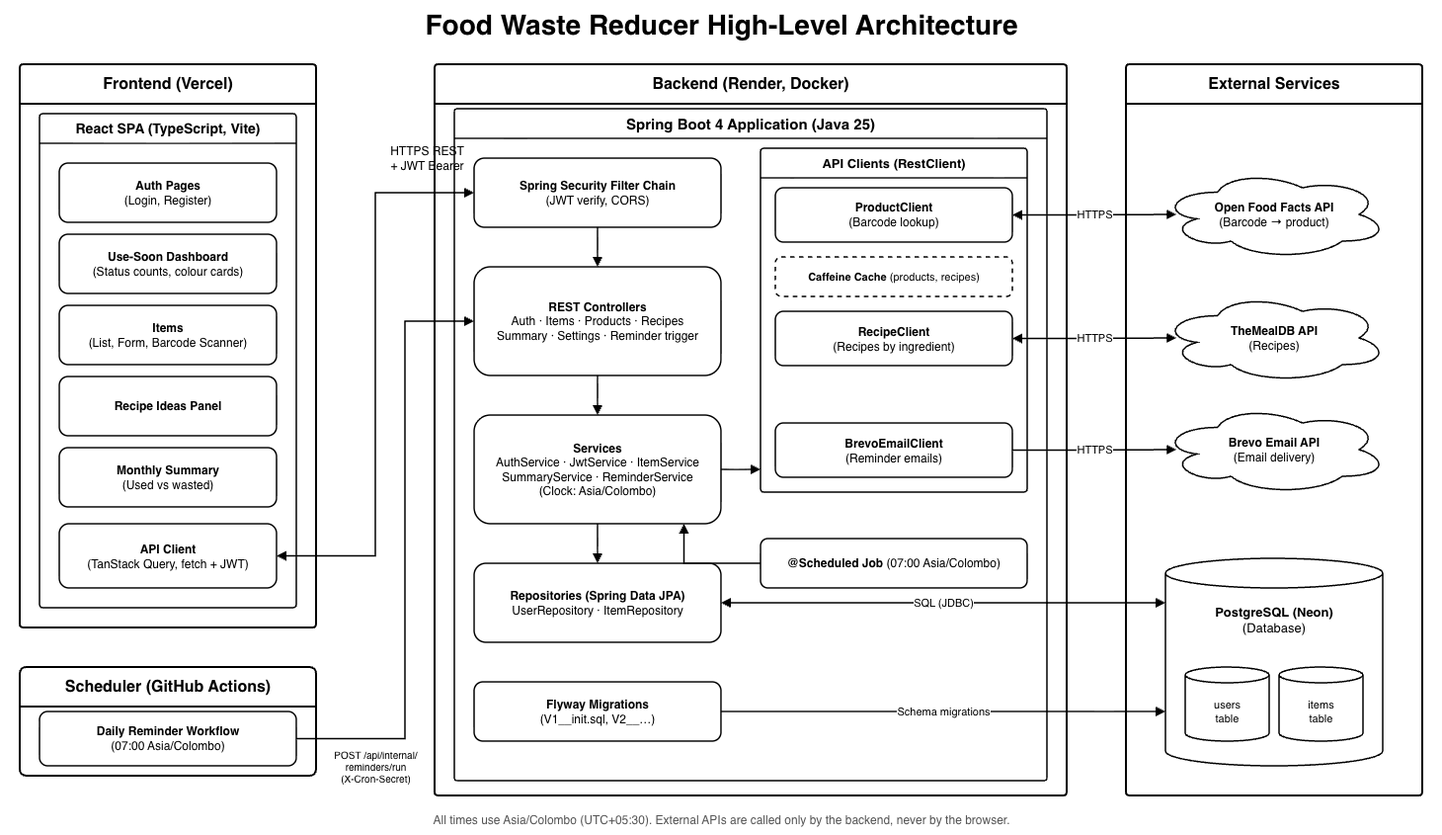
Before: docs/architecture-food-waste-reducer.png, a diagram exported from draw.io (vidurukalpana/food-waste-reducer). Source tidied: cells renumbered, new cells last; positions are measured from the earlier drawing's top-left corner, leaving out a move shared by most shapes.
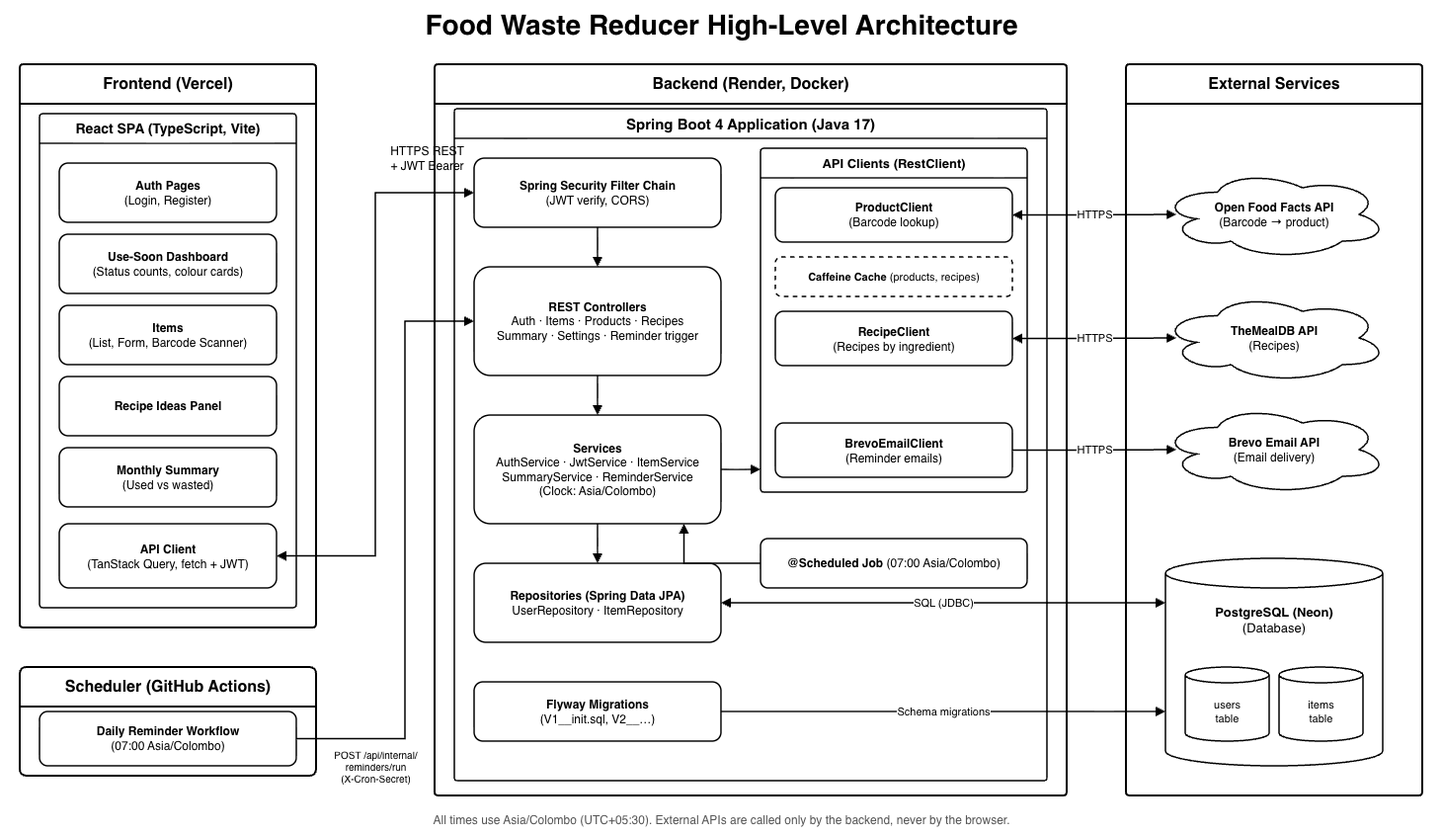
The same diagram one commit later.

Change to the diagram source:
```diff
@@ -38,7 +38,7 @@
     <mxCell id="13" value="Backend (Render, Docker)" style="swimlane;rounded=1;arcSize=3;html=1;whiteSpace=wrap;startSize=40;fontSize=16;fontStyle=1;strokeWidth=2;fillColor=#FFFFFF;swimlaneFillColor=#FFFFFF;" parent="1" vertex="1">
       <mxGeometry x="440" y="65" width="640" height="740" as="geometry" />
     </mxCell>
-    <mxCell id="14" value="Spring Boot 4 Application (Java 25)" style="swimlane;rounded=1;arcSize=3;html=1;whiteSpace=wrap;startSize=30;fontSize=15;fontStyle=1;strokeWidth=1.5;fillColor=#FFFFFF;swimlaneFillColor=#FFFFFF;" parent="13" vertex="1">
+    <mxCell id="14" value="Spring Boot 4 Application (Java 17)" style="swimlane;rounded=1;arcSize=3;html=1;whiteSpace=wrap;startSize=30;fontSize=15;fontStyle=1;strokeWidth=1.5;fillColor=#FFFFFF;swimlaneFillColor=#FFFFFF;" parent="13" vertex="1">
       <mxGeometry x="20" y="45" width="600" height="680" as="geometry" />
     </mxCell>
     <mxCell id="15" value="&lt;b&gt;Spring Security Filter Chain&lt;/b&gt;&lt;br&gt;(JWT verify, CORS)" style="rounded=1;whiteSpace=wrap;html=1;strokeWidth=1.5;fillColor=#FFFFFF;fontSize=12;" parent="14" vertex="1">
```
